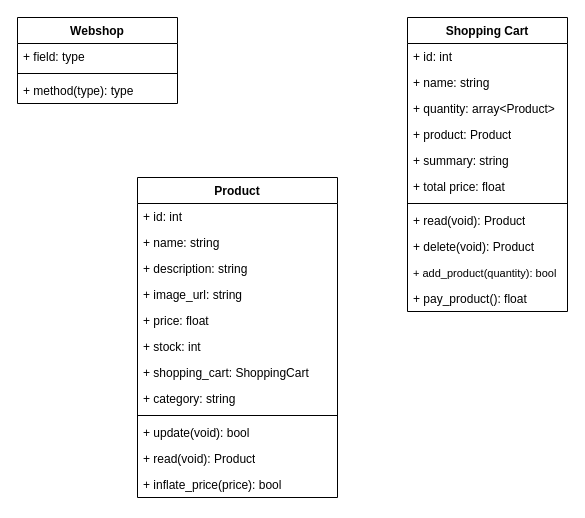
Before: merged projects/documentatie/klassendiagram.drawio in MoroniStubbe/project8, a draw.io diagram. Source tidied: cells renumbered, new cells numbered last; positions are measured from the earlier drawing's top-left corner, leaving out a move shared by most shapes. Both pictures are drawn from the tidied source at 100%, with x=0, y=0 at pixel (17, 17).
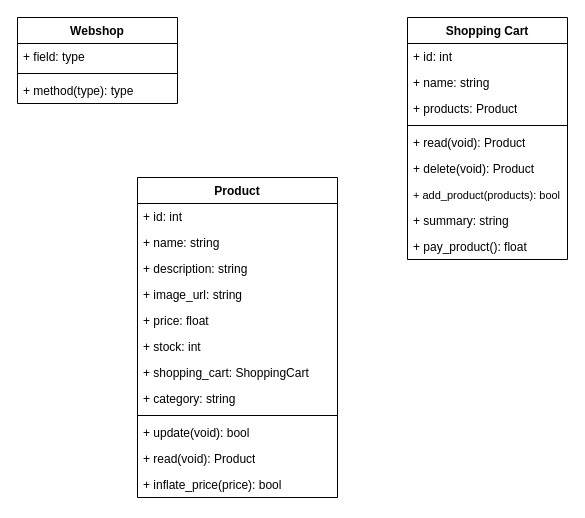
The same diagram, later.

Commit message:
fix shopping cart diagram

Change to the diagram source:
```diff
@@
     <mxCell id="19" value="Shopping Cart" style="swimlane;fontStyle=1;align=center;verticalAlign=top;horizontal=1;startSize=26;whiteSpace=wrap;html=1;" parent="1" vertex="1">
-      <mxGeometry x="390" width="160" height="294" as="geometry" />
+      <mxGeometry x="390" width="160" height="242" as="geometry" />
     </mxCell>
@@
-    <mxCell id="22" value="+ quantity: array&amp;lt;Product&amp;gt;" style="text;strokeColor=none;fillColor=none;align=left;verticalAlign=top;spacingLeft=4;spacingRight=4;overflow=hidden;whiteSpace=wrap;html=1;" parent="19" vertex="1">
-      <mxGeometry y="78" width="160" height="26" as="geometry" />
-    </mxCell>
-    <mxCell id="23" value="+ product: Product" style="text;strokeColor=none;fillColor=none;align=left;verticalAlign=top;spacingLeft=4;spacingRight=4;overflow=hidden;whiteSpace=wrap;html=1;" parent="19" vertex="1">
-      <mxGeometry y="104" width="160" height="26" as="geometry" />
+    <mxCell id="23" value="+ products: Product" style="text;strokeColor=none;fillColor=none;align=left;verticalAlign=top;spacingLeft=4;spacingRight=4;overflow=hidden;whiteSpace=wrap;html=1;" parent="19" vertex="1">
+      <mxGeometry y="78" width="160" height="26" as="geometry" />
     </mxCell>
-    <mxCell id="24" value="+ summary: string" style="text;strokeColor=none;fillColor=none;align=left;verticalAlign=top;spacingLeft=4;spacingRight=4;overflow=hidden;whiteSpace=wrap;html=1;" parent="19" vertex="1">
-      <mxGeometry y="130" width="160" height="26" as="geometry" />
-    </mxCell>
-    <mxCell id="25" value="+ total price: float" style="text;strokeColor=none;fillColor=none;align=left;verticalAlign=top;spacingLeft=4;spacingRight=4;overflow=hidden;whiteSpace=wrap;html=1;" parent="19" vertex="1">
-      <mxGeometry y="156" width="160" height="26" as="geometry" />
-    </mxCell>
     <mxCell id="26" style="line;strokeWidth=1;fillColor=none;align=left;verticalAlign=middle;spacingTop=-1;spacingLeft=3;spacingRight=3;labelPosition=right;strokeColor=inherit;" parent="19" vertex="1">
-      <mxGeometry y="182" width="160" height="8" as="geometry" />
+      <mxGeometry y="104" width="160" height="8" as="geometry" />
     </mxCell>
     <mxCell id="27" value="+ read(void): Product" style="text;strokeColor=none;fillColor=none;align=left;verticalAlign=top;spacingLeft=4;spacingRight=4;overflow=hidden;whiteSpace=wrap;html=1;" parent="19" vertex="1">
-      <mxGeometry y="190" width="160" height="26" as="geometry" />
+      <mxGeometry y="112" width="160" height="26" as="geometry" />
     </mxCell>
     <mxCell id="28" value="+ delete(void): Product" style="text;strokeColor=none;fillColor=none;align=left;verticalAlign=top;spacingLeft=4;spacingRight=4;overflow=hidden;whiteSpace=wrap;html=1;" parent="19" vertex="1">
-      <mxGeometry y="216" width="160" height="26" as="geometry" />
+      <mxGeometry y="138" width="160" height="26" as="geometry" />
     </mxCell>
-    <mxCell id="29" value="&lt;font style=&quot;font-size: 11px;&quot;&gt;+ add_product(quantity): bool&lt;/font&gt;" style="text;strokeColor=none;fillColor=none;align=left;verticalAlign=top;spacingLeft=4;spacingRight=4;overflow=hidden;whiteSpace=wrap;html=1;" parent="19" vertex="1">
-      <mxGeometry y="242" width="160" height="26" as="geometry" />
+    <mxCell id="29" value="&lt;font style=&quot;font-size: 11px;&quot;&gt;+ add_product(products): bool&lt;/font&gt;" style="text;strokeColor=none;fillColor=none;align=left;verticalAlign=top;spacingLeft=4;spacingRight=4;overflow=hidden;whiteSpace=wrap;html=1;" parent="19" vertex="1">
+      <mxGeometry y="164" width="160" height="26" as="geometry" />
     </mxCell>
+    <mxCell id="24" value="+ summary: string" style="text;strokeColor=none;fillColor=none;align=left;verticalAlign=top;spacingLeft=4;spacingRight=4;overflow=hidden;whiteSpace=wrap;html=1;" parent="19" vertex="1">
+      <mxGeometry y="190" width="160" height="26" as="geometry" />
+    </mxCell>
     <mxCell id="30" value="+ pay_product(): float" style="text;strokeColor=none;fillColor=none;align=left;verticalAlign=top;spacingLeft=4;spacingRight=4;overflow=hidden;whiteSpace=wrap;html=1;" parent="19" vertex="1">
-      <mxGeometry y="268" width="160" height="26" as="geometry" />
+      <mxGeometry y="216" width="160" height="26" as="geometry" />
     </mxCell>
     <mxCell id="31" value="&lt;span style=&quot;color: rgba(0, 0, 0, 0); font-family: monospace; font-size: 0px; text-wrap: nowrap;&quot;&gt;+&lt;/span&gt;" style="text;strokeColor=none;fillColor=none;align=left;verticalAlign=top;spacingLeft=4;spacingRight=4;overflow=hidden;whiteSpace=wrap;html=1;" parent="19" vertex="1">
-      <mxGeometry y="294" width="160" as="geometry" />
+      <mxGeometry y="242" width="160" as="geometry" />
     </mxCell>
```
